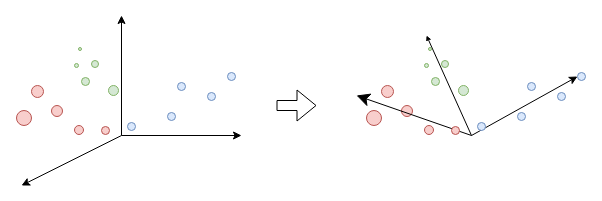
This is assets/img/posts/2025-09-22-ica/change_of_basis.drawio from hclimente/hclimente.github.io, a draw.io file, before an edit. Source tidied: cells renumbered, new cells numbered last; positions are measured from the earlier drawing's top-left corner, leaving out a move shared by most shapes. Both pictures are drawn from the tidied source at 100%, with x=0, y=0 at pixel (16, 15).
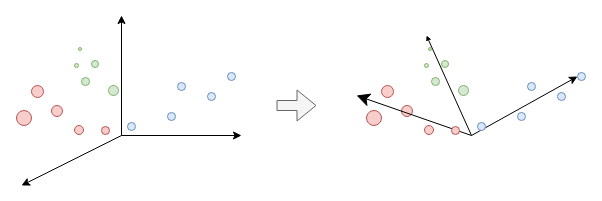
The same diagram, later.

Diff of the diagram source:
```diff
@@
-    <mxCell id="38" style="shape=flexArrow;endArrow=classic;html=1;rounded=0;" parent="1" edge="1">
+    <mxCell id="38" style="shape=flexArrow;endArrow=classic;html=1;rounded=0;fillColor=#f5f5f5;strokeColor=#666666;" parent="1" edge="1">
       <mxGeometry relative="1" as="geometry">
         <mxPoint x="260" y="90" as="sourcePoint" />
         <mxPoint x="300" y="90" as="targetPoint" />
       </mxGeometry>
     </mxCell>
```
